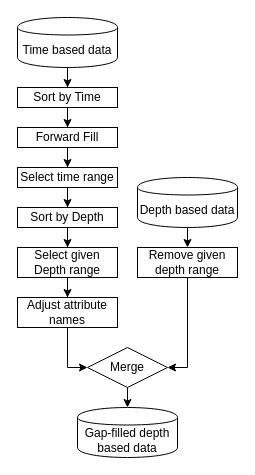
AndrzejTunkiel/VolveDataExploration keeps this draw.io diagram as Time_to_depth.drawio. Above is the earlier version. Source tidied: cells renumbered, new cells numbered last; positions are measured from the earlier drawing's top-left corner, leaving out a move shared by most shapes. Both pictures are drawn from the tidied source at 100%, with x=0, y=0 at pixel (17, 17).
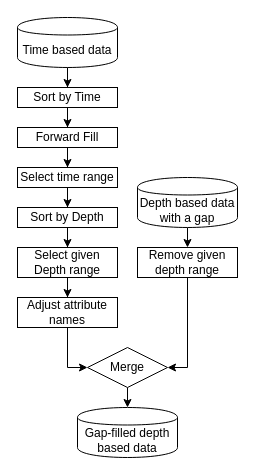
The same page after the edit.

Change to the diagram source:
```diff
@@
-    <mxCell id="15" value="Depth based data" style="shape=cylinder;whiteSpace=wrap;html=1;boundedLbl=1;backgroundOutline=1;" parent="1" vertex="1">
+    <mxCell id="15" value="Depth based data with a gap" style="shape=cylinder;whiteSpace=wrap;html=1;boundedLbl=1;backgroundOutline=1;" parent="1" vertex="1">
       <mxGeometry x="120" y="160" width="100" height="50" as="geometry" />
     </mxCell>
```
